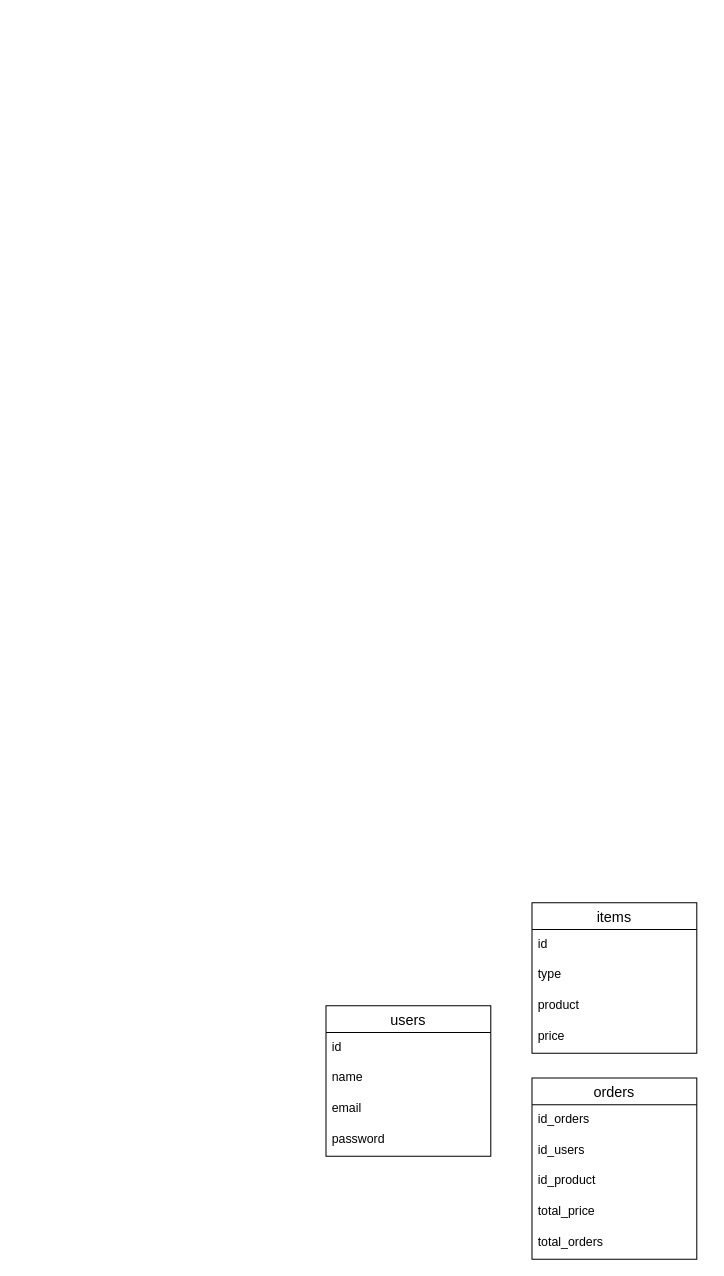
This is Untitled Diagram.drawio from milhamramadhan17/flowchart-database, a draw.io file, before an edit. Source tidied: cells renumbered, new cells numbered last; positions are measured from the earlier drawing's top-left corner, leaving out a move shared by most shapes. Both pictures are drawn from the tidied source at 103%, with x=0, y=0 at pixel (325, 902).
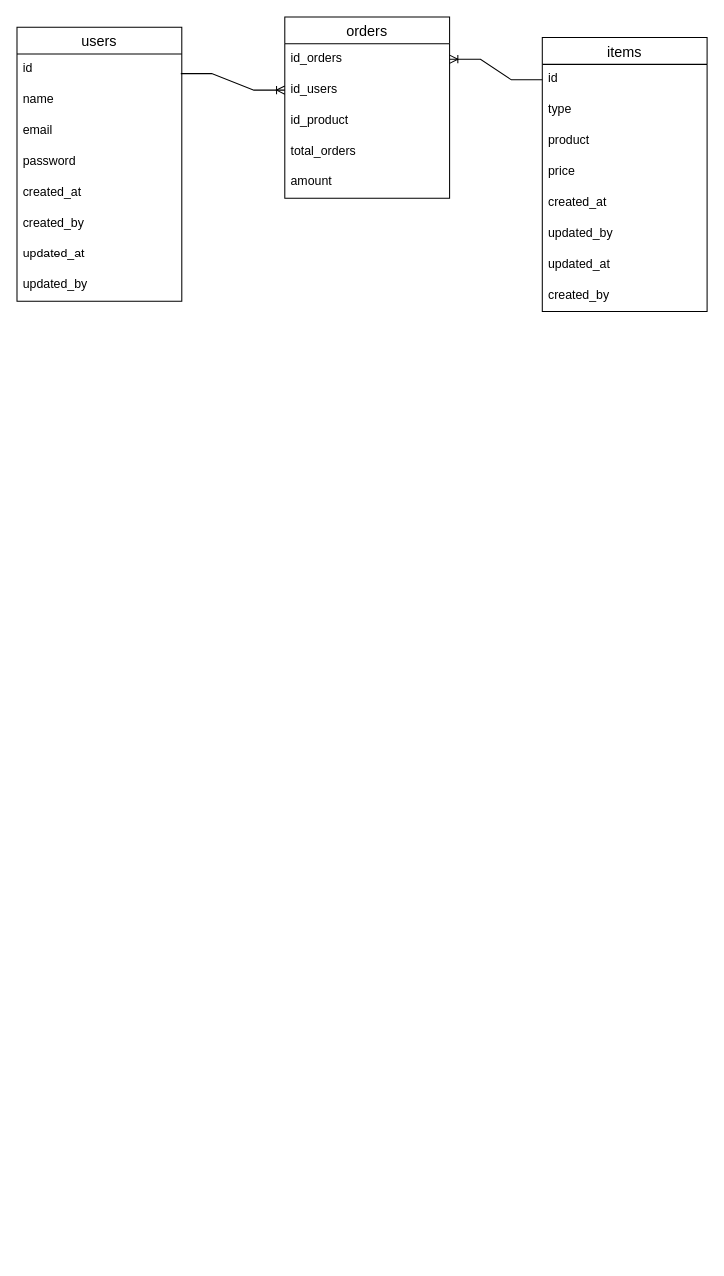
Above is the later version.

The change refers to these unchanged cells:
```xml
<mxCell id="3" value="id" style="text;strokeColor=none;fillColor=none;spacingLeft=4;spacingRight=4;overflow=hidden;points=[[0,0.5],[1,0.5]];portConstraint=eastwest;fontSize=12;" parent="2" vertex="1">
  <mxGeometry y="26" width="160" height="30" as="geometry" />
</mxCell>
<mxCell id="8" value="id" style="text;strokeColor=none;fillColor=none;spacingLeft=4;spacingRight=4;overflow=hidden;points=[[0,0.5],[1,0.5]];portConstraint=eastwest;fontSize=12;" parent="7" vertex="1">
  <mxGeometry y="26" width="160" height="30" as="geometry" />
</mxCell>
<mxCell id="13" value="id_orders" style="text;strokeColor=none;fillColor=none;spacingLeft=4;spacingRight=4;overflow=hidden;points=[[0,0.5],[1,0.5]];portConstraint=eastwest;fontSize=12;" parent="12" vertex="1">
  <mxGeometry y="26" width="160" height="30" as="geometry" />
</mxCell>
<mxCell id="14" value="id_users" style="text;strokeColor=none;fillColor=none;spacingLeft=4;spacingRight=4;overflow=hidden;points=[[0,0.5],[1,0.5]];portConstraint=eastwest;fontSize=12;" parent="12" vertex="1">
  <mxGeometry y="56" width="160" height="30" as="geometry" />
</mxCell>
```

What changed in the source:
```diff
@@
     <mxCell id="2" value="items" style="swimlane;fontStyle=0;horizontal=1;startSize=26;align=center;fontSize=14;" parent="1" vertex="1">
-      <mxGeometry x="200" width="160" height="146" as="geometry" />
+      <mxGeometry x="210" y="-840" width="160" height="266" as="geometry" />
     </mxCell>
@@
+    <mxCell id="18" value="created_at&#10;" style="text;strokeColor=none;fillColor=none;spacingLeft=4;spacingRight=4;overflow=hidden;fontSize=12;" parent="2" vertex="1">
+      <mxGeometry y="146" width="160" height="30" as="geometry" />
+    </mxCell>
+    <mxCell id="19" value="updated_by" style="text;strokeColor=none;fillColor=none;spacingLeft=4;spacingRight=4;overflow=hidden;fontSize=12;" parent="2" vertex="1">
+      <mxGeometry y="176" width="160" height="30" as="geometry" />
+    </mxCell>
+    <mxCell id="20" value="updated_at" style="text;strokeColor=none;fillColor=none;spacingLeft=4;spacingRight=4;overflow=hidden;fontSize=12;" parent="2" vertex="1">
+      <mxGeometry y="206" width="160" height="30" as="geometry" />
+    </mxCell>
+    <mxCell id="21" value="created_by" style="text;strokeColor=none;fillColor=none;spacingLeft=4;spacingRight=4;overflow=hidden;fontSize=12;" parent="2" vertex="1">
+      <mxGeometry y="236" width="160" height="30" as="geometry" />
+    </mxCell>
     <mxCell id="7" value="users" style="swimlane;fontStyle=0;horizontal=1;startSize=26;align=center;fontSize=14;" parent="1" vertex="1">
-      <mxGeometry y="100" width="160" height="146" as="geometry" />
+      <mxGeometry x="-300" y="-850" width="160" height="266" as="geometry" />
     </mxCell>
@@
+    <mxCell id="22" value="created_at&#10;" style="text;strokeColor=none;fillColor=none;spacingLeft=4;spacingRight=4;overflow=hidden;fontSize=12;" parent="7" vertex="1">
+      <mxGeometry y="146" width="160" height="30" as="geometry" />
+    </mxCell>
+    <mxCell id="23" value="created_by" style="text;strokeColor=none;fillColor=none;spacingLeft=4;spacingRight=4;overflow=hidden;fontSize=12;" parent="7" vertex="1">
+      <mxGeometry y="176" width="160" height="30" as="geometry" />
+    </mxCell>
+    <mxCell id="24" value="updated_at" style="text;strokeColor=none;fillColor=none;spacingLeft=4;spacingRight=4;overflow=hidden;fontSize=12;" parent="7" vertex="1">
+      <mxGeometry y="206" width="160" height="30" as="geometry" />
+    </mxCell>
+    <mxCell id="25" value="updated_by" style="text;strokeColor=none;fillColor=none;spacingLeft=4;spacingRight=4;overflow=hidden;fontSize=12;" parent="7" vertex="1">
+      <mxGeometry y="236" width="160" height="30" as="geometry" />
+    </mxCell>
     <mxCell id="12" value="orders" style="swimlane;fontStyle=0;horizontal=1;startSize=26;align=center;fontSize=14;" parent="1" vertex="1">
-      <mxGeometry x="200" y="170" width="160" height="176" as="geometry" />
+      <mxGeometry x="-40" y="-860" width="160" height="176" as="geometry" />
     </mxCell>
@@
+    <mxCell id="17" value="total_orders" style="text;strokeColor=none;fillColor=none;spacingLeft=4;spacingRight=4;overflow=hidden;fontSize=12;" parent="12" vertex="1">
+      <mxGeometry y="116" width="160" height="30" as="geometry" />
+    </mxCell>
-    <mxCell id="16" value="total_price" style="text;strokeColor=none;fillColor=none;spacingLeft=4;spacingRight=4;overflow=hidden;fontSize=12;" parent="12" vertex="1">
-      <mxGeometry y="116" width="160" height="30" as="geometry" />
+    <mxCell id="16" value="amount" style="text;strokeColor=none;fillColor=none;spacingLeft=4;spacingRight=4;overflow=hidden;fontSize=12;" parent="12" vertex="1">
+      <mxGeometry y="146" width="160" height="30" as="geometry" />
     </mxCell>
-    <mxCell id="17" value="total_orders" style="text;strokeColor=none;fillColor=none;spacingLeft=4;spacingRight=4;overflow=hidden;fontSize=12;" parent="12" vertex="1">
-      <mxGeometry y="146" width="160" height="30" as="geometry" />
-    </mxCell>
+    <mxCell id="26" style="edgeStyle=entityRelationEdgeStyle;fontSize=12;html=1;endArrow=ERoneToMany;rounded=0;exitX=0.994;exitY=0.633;exitDx=0;exitDy=0;exitPerimeter=0;" parent="1" edge="1" source="8" target="14">
+      <mxGeometry relative="1" as="geometry" />
+    </mxCell>
+    <mxCell id="27" style="edgeStyle=entityRelationEdgeStyle;fontSize=12;html=1;endArrow=ERoneToMany;rounded=0;exitX=0;exitY=0.5;exitDx=0;exitDy=0;" parent="1" edge="1" source="3" target="13">
+      <mxGeometry relative="1" as="geometry" />
+    </mxCell>
```
